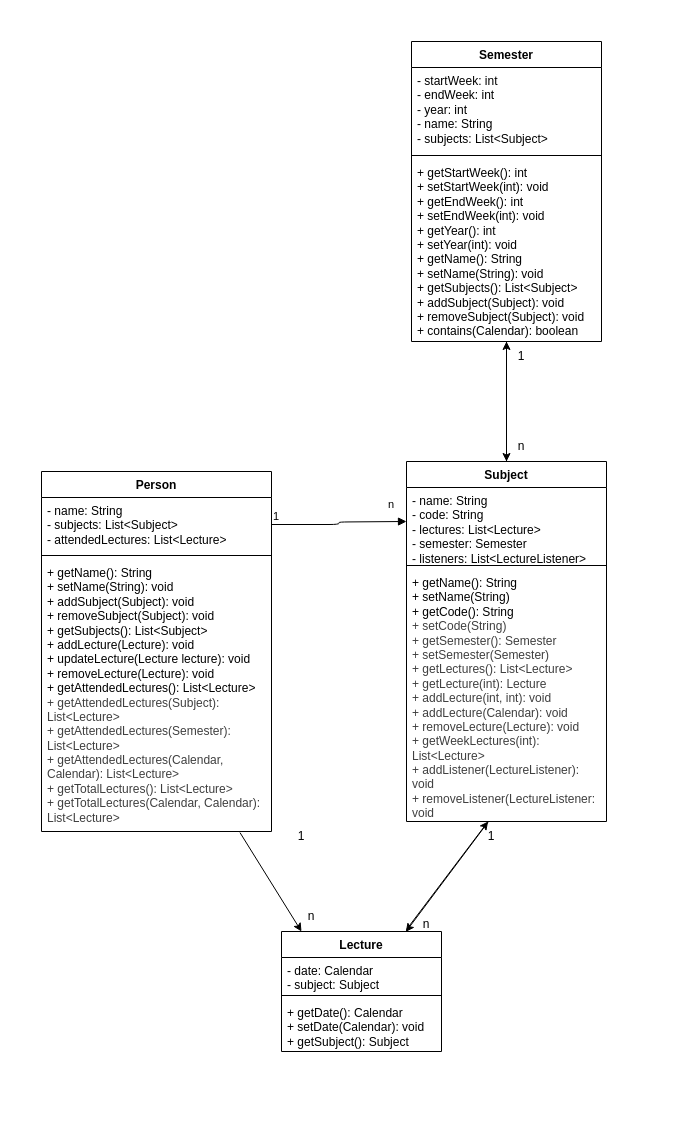
The draw.io diagram drawio.drawio in ayskarsaune/tdt4100-prosjekt, before the edit. Source tidied: cells renumbered, new cells numbered last; positions are measured from the earlier drawing's top-left corner, leaving out a move shared by most shapes. Both pictures are drawn from the tidied source at 100%, with x=0, y=0 at pixel (41, 41).
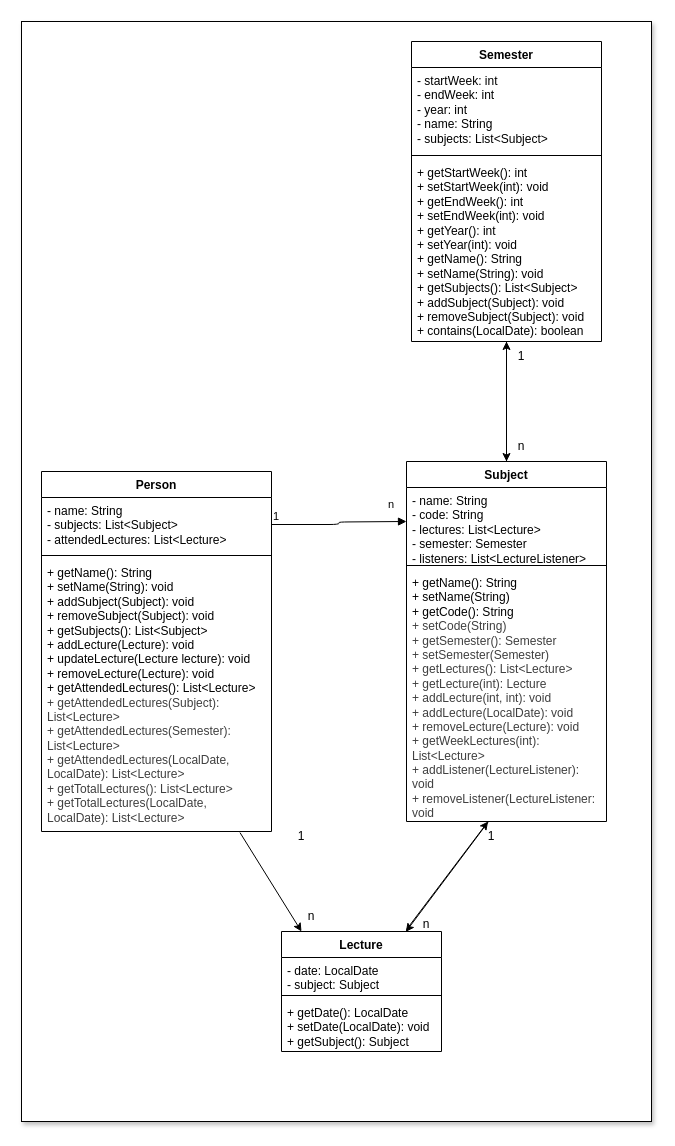
The same page after the edit.

The change refers to these unchanged cells:
```xml
<mxCell id="2" value="Person" style="swimlane;fontStyle=1;align=center;verticalAlign=top;horizontal=1;startSize=26;whiteSpace=wrap;html=1;" parent="1" vertex="1">
  <mxGeometry y="430" width="230" height="360" as="geometry" />
</mxCell>
<mxCell id="6" value="Semester" style="swimlane;fontStyle=1;align=center;verticalAlign=top;horizontal=1;startSize=26;whiteSpace=wrap;html=1;" parent="1" vertex="1">
  <mxGeometry x="370" width="190" height="300" as="geometry" />
</mxCell>
<mxCell id="10" value="Lecture" style="swimlane;fontStyle=1;align=center;verticalAlign=top;horizontal=1;startSize=26;whiteSpace=wrap;html=1;" parent="1" vertex="1">
  <mxGeometry x="240" y="890" width="160" height="120" as="geometry" />
</mxCell>
<mxCell id="14" value="Subject" style="swimlane;fontStyle=1;align=center;verticalAlign=top;horizontal=1;startSize=26;whiteSpace=wrap;html=1;" parent="1" vertex="1">
  <mxGeometry x="365" y="420" width="200" height="360" as="geometry" />
</mxCell>
```

Diff of the diagram source:
```diff
@@
-<mxGraphModel background="#ffffff">
+<mxGraphModel>
@@
+    <mxCell id="31" style="rounded=0;whiteSpace=wrap;html=1;shadow=1;" parent="1" vertex="1">
+      <mxGeometry x="-20" y="-20" width="630" height="1100" as="geometry" />
+    </mxCell>
@@
-    <mxCell id="5" value="+ getName(): String&lt;div&gt;+ setName(String): void&lt;/div&gt;&lt;div&gt;+ addSubject(Subject): void&lt;/div&gt;&lt;div&gt;+ removeSubject(Subject): void&lt;/div&gt;&lt;div&gt;+ getSubjects(): List&amp;lt;Subject&amp;gt;&lt;/div&gt;&lt;div&gt;+ addLecture(Lecture): void&lt;/div&gt;&lt;div&gt;+ updateLecture(Lecture lecture): void&lt;/div&gt;&lt;div&gt;+ removeLecture(Lecture): void&lt;/div&gt;&lt;div&gt;+ getAttendedLectures(): List&amp;lt;Lecture&amp;gt;&lt;/div&gt;&lt;div&gt;&lt;span style=&quot;color: rgb(63, 63, 63);&quot;&gt;+ getAttendedLectures(Subject): List&amp;lt;Lecture&amp;gt;&lt;/span&gt;&lt;/div&gt;&lt;div&gt;&lt;span style=&quot;color: rgb(63, 63, 63);&quot;&gt;+ getAttendedLectures(Semester): List&amp;lt;Lecture&amp;gt;&lt;/span&gt;&lt;span style=&quot;color: rgb(63, 63, 63);&quot;&gt;&lt;/span&gt;&lt;/div&gt;&lt;div&gt;&lt;span style=&quot;color: rgb(63, 63, 63);&quot;&gt;+ getAttendedLectures(Calendar, Calendar): List&amp;lt;Lecture&amp;gt;&lt;/span&gt;&lt;span style=&quot;color: rgb(63, 63, 63);&quot;&gt;&lt;/span&gt;&lt;/div&gt;&lt;div&gt;&lt;span style=&quot;color: rgb(63, 63, 63);&quot;&gt;&lt;span style=&quot;color: rgb(63, 63, 63);&quot;&gt;+ getTotalLectures(): List&amp;lt;Lecture&amp;gt;&lt;/span&gt;&lt;/span&gt;&lt;/div&gt;&lt;div&gt;&lt;span style=&quot;color: rgb(63, 63, 63);&quot;&gt;&lt;span style=&quot;color: rgb(63, 63, 63);&quot;&gt;+ getTotalLectures(Calendar, Calendar): List&amp;lt;Lecture&amp;gt;&lt;/span&gt;&lt;span style=&quot;color: rgb(63, 63, 63);&quot;&gt;&lt;/span&gt;&lt;/span&gt;&lt;/div&gt;" style="text;strokeColor=none;fillColor=none;align=left;verticalAlign=top;spacingLeft=4;spacingRight=4;overflow=hidden;points=[[0,0.5],[1,0.5]];portConstraint=eastwest;whiteSpace=wrap;html=1;" parent="2" vertex="1">
+    <mxCell id="5" value="+ getName(): String&lt;div&gt;+ setName(String): void&lt;/div&gt;&lt;div&gt;+ addSubject(Subject): void&lt;/div&gt;&lt;div&gt;+ removeSubject(Subject): void&lt;/div&gt;&lt;div&gt;+ getSubjects(): List&amp;lt;Subject&amp;gt;&lt;/div&gt;&lt;div&gt;+ addLecture(Lecture): void&lt;/div&gt;&lt;div&gt;+ updateLecture(Lecture lecture): void&lt;/div&gt;&lt;div&gt;+ removeLecture(Lecture): void&lt;/div&gt;&lt;div&gt;+ getAttendedLectures(): List&amp;lt;Lecture&amp;gt;&lt;/div&gt;&lt;div&gt;&lt;span style=&quot;color: rgb(63, 63, 63);&quot;&gt;+ getAttendedLectures(Subject): List&amp;lt;Lecture&amp;gt;&lt;/span&gt;&lt;/div&gt;&lt;div&gt;&lt;span style=&quot;color: rgb(63, 63, 63);&quot;&gt;+ getAttendedLectures(Semester): List&amp;lt;Lecture&amp;gt;&lt;/span&gt;&lt;span style=&quot;color: rgb(63, 63, 63);&quot;&gt;&lt;/span&gt;&lt;/div&gt;&lt;div&gt;&lt;span style=&quot;color: rgb(63, 63, 63);&quot;&gt;+ getAttendedLectures(LocalDate, LocalDate): List&amp;lt;Lecture&amp;gt;&lt;/span&gt;&lt;span style=&quot;color: rgb(63, 63, 63);&quot;&gt;&lt;/span&gt;&lt;/div&gt;&lt;div&gt;&lt;span style=&quot;color: rgb(63, 63, 63);&quot;&gt;&lt;span style=&quot;color: rgb(63, 63, 63);&quot;&gt;+ getTotalLectures(): List&amp;lt;Lecture&amp;gt;&lt;/span&gt;&lt;/span&gt;&lt;/div&gt;&lt;div&gt;&lt;span style=&quot;color: rgb(63, 63, 63);&quot;&gt;&lt;span style=&quot;color: rgb(63, 63, 63);&quot;&gt;+ getTotalLectures(LocalDate, LocalDate): List&amp;lt;Lecture&amp;gt;&lt;/span&gt;&lt;span style=&quot;color: rgb(63, 63, 63);&quot;&gt;&lt;/span&gt;&lt;/span&gt;&lt;/div&gt;" style="text;strokeColor=none;fillColor=none;align=left;verticalAlign=top;spacingLeft=4;spacingRight=4;overflow=hidden;points=[[0,0.5],[1,0.5]];portConstraint=eastwest;whiteSpace=wrap;html=1;" parent="2" vertex="1">
       <mxGeometry y="88" width="230" height="272" as="geometry" />
     </mxCell>
@@
-    <mxCell id="9" value="+ getStartWeek(): int&lt;div&gt;+ setStartWeek(int): void&lt;/div&gt;&lt;div&gt;+ getEndWeek(): int&lt;/div&gt;&lt;div&gt;+ setEndWeek(int): void&lt;/div&gt;&lt;div&gt;+ getYear(): int&lt;/div&gt;&lt;div&gt;+ setYear(int): void&lt;/div&gt;&lt;div&gt;+ getName(): String&lt;/div&gt;&lt;div&gt;+ setName(String): void&lt;/div&gt;&lt;div&gt;+ getSubjects(): List&amp;lt;Subject&amp;gt;&lt;/div&gt;&lt;div&gt;+ addSubject(Subject): void&lt;/div&gt;&lt;div&gt;+ removeSubject(Subject): void&lt;/div&gt;&lt;div&gt;+ contains(Calendar): boolean&lt;/div&gt;" style="text;strokeColor=none;fillColor=none;align=left;verticalAlign=top;spacingLeft=4;spacingRight=4;overflow=hidden;points=[[0,0.5],[1,0.5]];portConstraint=eastwest;whiteSpace=wrap;html=1;" parent="6" vertex="1">
+    <mxCell id="9" value="+ getStartWeek(): int&lt;div&gt;+ setStartWeek(int): void&lt;/div&gt;&lt;div&gt;+ getEndWeek(): int&lt;/div&gt;&lt;div&gt;+ setEndWeek(int): void&lt;/div&gt;&lt;div&gt;+ getYear(): int&lt;/div&gt;&lt;div&gt;+ setYear(int): void&lt;/div&gt;&lt;div&gt;+ getName(): String&lt;/div&gt;&lt;div&gt;+ setName(String): void&lt;/div&gt;&lt;div&gt;+ getSubjects(): List&amp;lt;Subject&amp;gt;&lt;/div&gt;&lt;div&gt;+ addSubject(Subject): void&lt;/div&gt;&lt;div&gt;+ removeSubject(Subject): void&lt;/div&gt;&lt;div&gt;+ contains(LocalDate): boolean&lt;/div&gt;" style="text;strokeColor=none;fillColor=none;align=left;verticalAlign=top;spacingLeft=4;spacingRight=4;overflow=hidden;points=[[0,0.5],[1,0.5]];portConstraint=eastwest;whiteSpace=wrap;html=1;" parent="6" vertex="1">
       <mxGeometry y="118" width="190" height="182" as="geometry" />
     </mxCell>
@@
-    <mxCell id="11" value="- date: Calendar&lt;div&gt;- subject: Subject&lt;/div&gt;" style="text;strokeColor=none;fillColor=none;align=left;verticalAlign=top;spacingLeft=4;spacingRight=4;overflow=hidden;whiteSpace=wrap;html=1;" parent="10" vertex="1">
+    <mxCell id="11" value="- date: LocalDate&lt;div&gt;- subject: Subject&lt;/div&gt;" style="text;strokeColor=none;fillColor=none;align=left;verticalAlign=top;spacingLeft=4;spacingRight=4;overflow=hidden;whiteSpace=wrap;html=1;" parent="10" vertex="1">
       <mxGeometry y="26" width="160" height="34" as="geometry" />
     </mxCell>
@@
-    <mxCell id="13" value="+ getDate(): Calendar&lt;div&gt;+ setDate(Calendar): void&lt;/div&gt;&lt;div&gt;+ getSubject(): Subject&lt;/div&gt;" style="text;strokeColor=none;fillColor=none;align=left;verticalAlign=top;spacingLeft=4;spacingRight=4;overflow=hidden;whiteSpace=wrap;html=1;" parent="10" vertex="1">
+    <mxCell id="13" value="+ getDate(): LocalDate&lt;div&gt;+ setDate(LocalDate): void&lt;/div&gt;&lt;div&gt;+ getSubject(): Subject&lt;/div&gt;" style="text;strokeColor=none;fillColor=none;align=left;verticalAlign=top;spacingLeft=4;spacingRight=4;overflow=hidden;whiteSpace=wrap;html=1;" parent="10" vertex="1">
       <mxGeometry y="68" width="160" height="52" as="geometry" />
     </mxCell>
@@
-    <mxCell id="17" value="+ getName(): String&lt;div&gt;+ setName(String)&lt;/div&gt;&lt;div&gt;+ getCode(): String&lt;div style=&quot;color: rgb(63, 63, 63); scrollbar-color: rgb(226, 226, 226) rgb(251, 251, 251);&quot;&gt;+ setCode(String)&lt;/div&gt;&lt;div style=&quot;color: rgb(63, 63, 63); scrollbar-color: rgb(226, 226, 226) rgb(251, 251, 251);&quot;&gt;+ getSemester(): Semester&lt;div style=&quot;color: rgb(63, 63, 63); scrollbar-color: rgb(226, 226, 226) rgb(251, 251, 251);&quot;&gt;+ setSemester(Semester)&lt;/div&gt;&lt;div style=&quot;color: rgb(63, 63, 63); scrollbar-color: rgb(226, 226, 226) rgb(251, 251, 251);&quot;&gt;+ getLectures(): List&amp;lt;Lecture&amp;gt;&lt;/div&gt;&lt;div style=&quot;color: rgb(63, 63, 63); scrollbar-color: rgb(226, 226, 226) rgb(251, 251, 251);&quot;&gt;+ getLecture(int): Lecture&lt;br&gt;&lt;div style=&quot;color: rgb(63, 63, 63); scrollbar-color: rgb(226, 226, 226) rgb(251, 251, 251);&quot;&gt;+ addLecture(int, int): void&lt;/div&gt;&lt;div style=&quot;color: rgb(63, 63, 63); scrollbar-color: rgb(226, 226, 226) rgb(251, 251, 251);&quot;&gt;+ addLecture(Calendar): void&lt;/div&gt;&lt;div style=&quot;color: rgb(63, 63, 63); scrollbar-color: rgb(226, 226, 226) rgb(251, 251, 251);&quot;&gt;+ removeLecture(Lecture): void&lt;/div&gt;&lt;div style=&quot;color: rgb(63, 63, 63); scrollbar-color: rgb(226, 226, 226) rgb(251, 251, 251);&quot;&gt;+ getWeekLectures(int): List&amp;lt;Lecture&amp;gt;&lt;/div&gt;&lt;div style=&quot;color: rgb(63, 63, 63); scrollbar-color: rgb(226, 226, 226) rgb(251, 251, 251);&quot;&gt;+ addListener(LectureListener): void&lt;/div&gt;&lt;div style=&quot;color: rgb(63, 63, 63); scrollbar-color: rgb(226, 226, 226) rgb(251, 251, 251);&quot;&gt;+ removeListener(LectureListener: void&lt;/div&gt;&lt;/div&gt;&lt;/div&gt;&lt;/div&gt;" style="text;strokeColor=none;fillColor=none;align=left;verticalAlign=top;spacingLeft=4;spacingRight=4;overflow=hidden;points=[[0,0.5],[1,0.5]];portConstraint=eastwest;whiteSpace=wrap;html=1;" parent="14" vertex="1">
+    <mxCell id="17" value="+ getName(): String&lt;div&gt;+ setName(String)&lt;/div&gt;&lt;div&gt;+ getCode(): String&lt;div style=&quot;color: rgb(63, 63, 63); scrollbar-color: rgb(226, 226, 226) rgb(251, 251, 251);&quot;&gt;+ setCode(String)&lt;/div&gt;&lt;div style=&quot;color: rgb(63, 63, 63); scrollbar-color: rgb(226, 226, 226) rgb(251, 251, 251);&quot;&gt;+ getSemester(): Semester&lt;div style=&quot;color: rgb(63, 63, 63); scrollbar-color: rgb(226, 226, 226) rgb(251, 251, 251);&quot;&gt;+ setSemester(Semester)&lt;/div&gt;&lt;div style=&quot;color: rgb(63, 63, 63); scrollbar-color: rgb(226, 226, 226) rgb(251, 251, 251);&quot;&gt;+ getLectures(): List&amp;lt;Lecture&amp;gt;&lt;/div&gt;&lt;div style=&quot;color: rgb(63, 63, 63); scrollbar-color: rgb(226, 226, 226) rgb(251, 251, 251);&quot;&gt;+ getLecture(int): Lecture&lt;br&gt;&lt;div style=&quot;color: rgb(63, 63, 63); scrollbar-color: rgb(226, 226, 226) rgb(251, 251, 251);&quot;&gt;+ addLecture(int, int): void&lt;/div&gt;&lt;div style=&quot;color: rgb(63, 63, 63); scrollbar-color: rgb(226, 226, 226) rgb(251, 251, 251);&quot;&gt;+ addLecture(LocalDate): void&lt;/div&gt;&lt;div style=&quot;color: rgb(63, 63, 63); scrollbar-color: rgb(226, 226, 226) rgb(251, 251, 251);&quot;&gt;+ removeLecture(Lecture): void&lt;/div&gt;&lt;div style=&quot;color: rgb(63, 63, 63); scrollbar-color: rgb(226, 226, 226) rgb(251, 251, 251);&quot;&gt;+ getWeekLectures(int): List&amp;lt;Lecture&amp;gt;&lt;/div&gt;&lt;div style=&quot;color: rgb(63, 63, 63); scrollbar-color: rgb(226, 226, 226) rgb(251, 251, 251);&quot;&gt;+ addListener(LectureListener): void&lt;/div&gt;&lt;div style=&quot;color: rgb(63, 63, 63); scrollbar-color: rgb(226, 226, 226) rgb(251, 251, 251);&quot;&gt;+ removeListener(LectureListener: void&lt;/div&gt;&lt;/div&gt;&lt;/div&gt;&lt;/div&gt;" style="text;strokeColor=none;fillColor=none;align=left;verticalAlign=top;spacingLeft=4;spacingRight=4;overflow=hidden;points=[[0,0.5],[1,0.5]];portConstraint=eastwest;whiteSpace=wrap;html=1;" parent="14" vertex="1">
       <mxGeometry y="108" width="200" height="252" as="geometry" />
     </mxCell>
```
